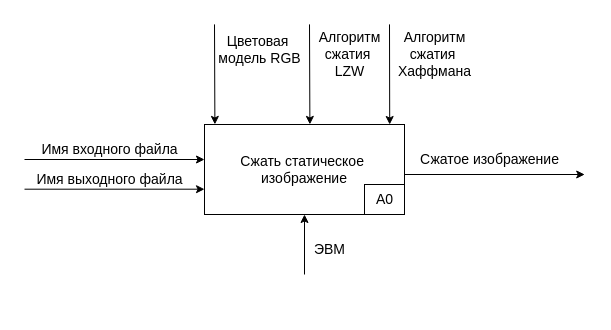
Earlier version of the draw.io diagram docs/schemes/idef0_a0.drawio (kovkir/bmstu-magistracy-diploma). Source tidied: cells renumbered, new cells numbered last; positions are measured from the earlier drawing's top-left corner, leaving out a move shared by most shapes. Both pictures are drawn from the tidied source at 100%, with x=0, y=0 at pixel (24, 24).
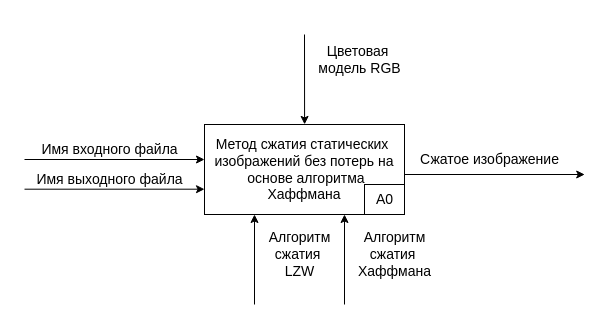
The same diagram, later.

The edit, as a diff of the source:
```diff
@@
-    <mxCell id="3" style="edgeStyle=none;html=1;fontSize=14;entryX=0.352;entryY=0;entryDx=0;entryDy=0;entryPerimeter=0;" parent="1" edge="1">
+    <mxCell id="3" style="edgeStyle=none;html=1;fontSize=14;endArrow=none;endFill=0;startArrow=classic;startFill=1;" parent="1" edge="1">
       <mxGeometry relative="1" as="geometry">
-        <mxPoint x="285" y="-0.1" as="sourcePoint" />
-        <mxPoint x="285.4" y="99.9" as="targetPoint" />
+        <mxPoint x="230" y="190" as="sourcePoint" />
+        <mxPoint x="230" y="280" as="targetPoint" />
       </mxGeometry>
     </mxCell>
-    <mxCell id="4" style="edgeStyle=none;html=1;fontSize=14;entryX=0.651;entryY=0.001;entryDx=0;entryDy=0;entryPerimeter=0;" parent="1" edge="1">
+    <mxCell id="4" style="edgeStyle=none;html=1;fontSize=14;startArrow=classic;startFill=1;endArrow=none;endFill=0;" parent="1" edge="1">
       <mxGeometry relative="1" as="geometry">
-        <mxPoint x="365" y="-0.1" as="sourcePoint" />
-        <mxPoint x="365.2" y="100" as="targetPoint" />
+        <mxPoint x="320" y="190" as="sourcePoint" />
+        <mxPoint x="320" y="280" as="targetPoint" />
       </mxGeometry>
     </mxCell>
-    <mxCell id="5" style="edgeStyle=none;html=1;fontSize=14;entryX=0.5;entryY=1;entryDx=0;entryDy=0;" parent="1" edge="1" target="6">
-      <mxGeometry relative="1" as="geometry">
-        <mxPoint x="280" y="250" as="sourcePoint" />
-      </mxGeometry>
-    </mxCell>
-    <mxCell id="6" value="&lt;font&gt;&lt;span style=&quot;color: light-dark(rgb(0, 0, 0), rgb(237, 237, 237)); font-size: 14px;&quot;&gt;Сжать статическое&amp;nbsp;&lt;br&gt;&lt;/span&gt;&lt;font style=&quot;font-size: 14px; color: rgb(0, 0, 0);&quot;&gt;изображение&lt;/font&gt;&lt;/font&gt;" style="rounded=0;whiteSpace=wrap;html=1;" parent="1" vertex="1">
+    <mxCell id="6" value="&lt;font&gt;&lt;span style=&quot;color: light-dark(rgb(0, 0, 0), rgb(237, 237, 237)); font-size: 14px;&quot;&gt;Метод сжатия статических&amp;nbsp; изображений без потерь&amp;nbsp;&lt;/span&gt;&lt;/font&gt;&lt;span style=&quot;font-size: 14px; background-color: transparent;&quot;&gt;&lt;font style=&quot;color: rgb(0, 0, 0);&quot;&gt;на&lt;/font&gt;&lt;/span&gt;&lt;div&gt;&lt;span style=&quot;font-size: 14px; background-color: transparent;&quot;&gt;&amp;nbsp;&lt;font style=&quot;color: rgb(0, 0, 0);&quot;&gt;основе алгоритма Хаффмана&lt;/font&gt;&lt;/span&gt;&lt;/div&gt;" style="rounded=0;whiteSpace=wrap;html=1;" parent="1" vertex="1">
       <mxGeometry x="180" y="100" width="200" height="90" as="geometry" />
     </mxCell>
@@
     <mxCell id="8" value="Алгоритм &lt;br&gt;сжатия&amp;nbsp;&lt;div&gt;&lt;font style=&quot;color: rgb(0, 0, 0);&quot;&gt;LZW&lt;/font&gt;&lt;/div&gt;" style="text;html=1;align=center;verticalAlign=middle;strokeColor=none;fillColor=none;fontSize=14;" parent="1" vertex="1">
-      <mxGeometry x="280" y="-0.1" width="90" height="60" as="geometry" />
+      <mxGeometry x="230" y="200" width="90" height="60" as="geometry" />
     </mxCell>
     <mxCell id="9" value="Алгоритм&lt;br&gt;сжатия&amp;nbsp;&lt;div&gt;&lt;font style=&quot;color: rgb(0, 0, 0);&quot;&gt;Хаффмана&lt;/font&gt;&lt;/div&gt;" style="text;html=1;align=center;verticalAlign=middle;strokeColor=none;fillColor=none;fontSize=14;" parent="1" vertex="1">
-      <mxGeometry x="360" y="-0.1" width="100" height="60" as="geometry" />
+      <mxGeometry x="320" y="200" width="100" height="60" as="geometry" />
     </mxCell>
-    <mxCell id="10" value="ЭВМ" style="text;html=1;align=center;verticalAlign=middle;strokeColor=none;fillColor=none;fontSize=14;" parent="1" vertex="1">
-      <mxGeometry x="280" y="210" width="50" height="30" as="geometry" />
-    </mxCell>
@@
     <mxCell id="16" value="Цветовая&amp;nbsp;&lt;div&gt;&lt;font&gt;&lt;font style=&quot;color: rgb(0, 0, 0);&quot;&gt;модель&amp;nbsp;&lt;/font&gt;&lt;span style=&quot;background-color: transparent;&quot;&gt;&lt;font style=&quot;color: rgb(0, 0, 0);&quot;&gt;RGB&lt;/font&gt;&lt;/span&gt;&lt;/font&gt;&lt;/div&gt;" style="text;html=1;align=center;verticalAlign=middle;strokeColor=none;fillColor=none;fontSize=14;" parent="1" vertex="1">
-      <mxGeometry x="180" y="-0.1" width="110" height="50" as="geometry" />
+      <mxGeometry x="280" y="10" width="110" height="50" as="geometry" />
     </mxCell>
     <mxCell id="17" style="edgeStyle=none;html=1;fontSize=14;entryX=0.352;entryY=0;entryDx=0;entryDy=0;entryPerimeter=0;" parent="1" edge="1">
       <mxGeometry relative="1" as="geometry">
-        <mxPoint x="190" y="-0.1" as="sourcePoint" />
-        <mxPoint x="190.4" y="99.9" as="targetPoint" />
+        <mxPoint x="280" y="10" as="sourcePoint" />
+        <mxPoint x="280.1" y="99.9" as="targetPoint" />
       </mxGeometry>
     </mxCell>
```
